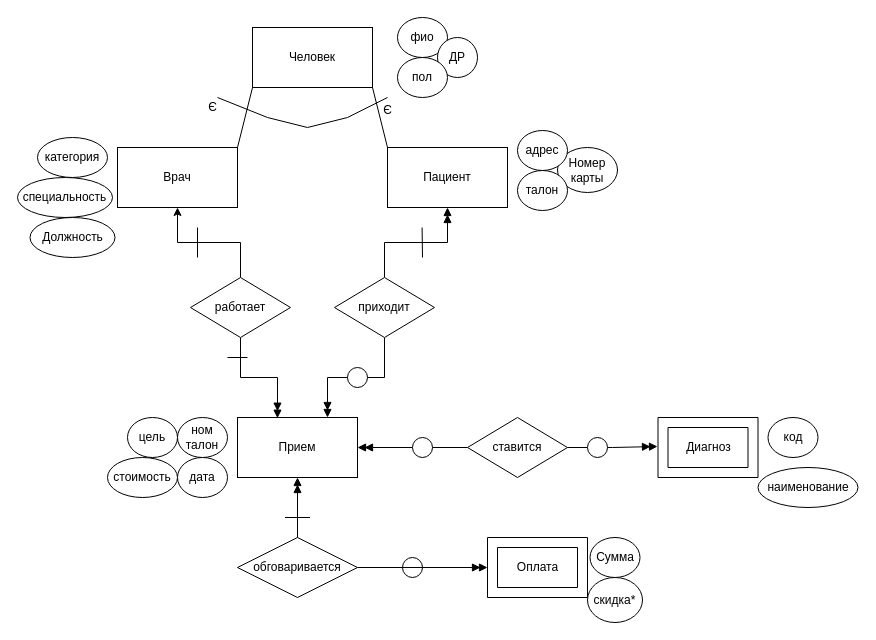
Earlier version of the draw.io diagram конецER.drawio (Vlad-Efremovv/ER-num1). Source tidied: cells renumbered, new cells numbered last; positions are measured from the earlier drawing's top-left corner, leaving out a move shared by most shapes. Both pictures are drawn from the tidied source at 100%, with x=0, y=0 at pixel (17, 17).
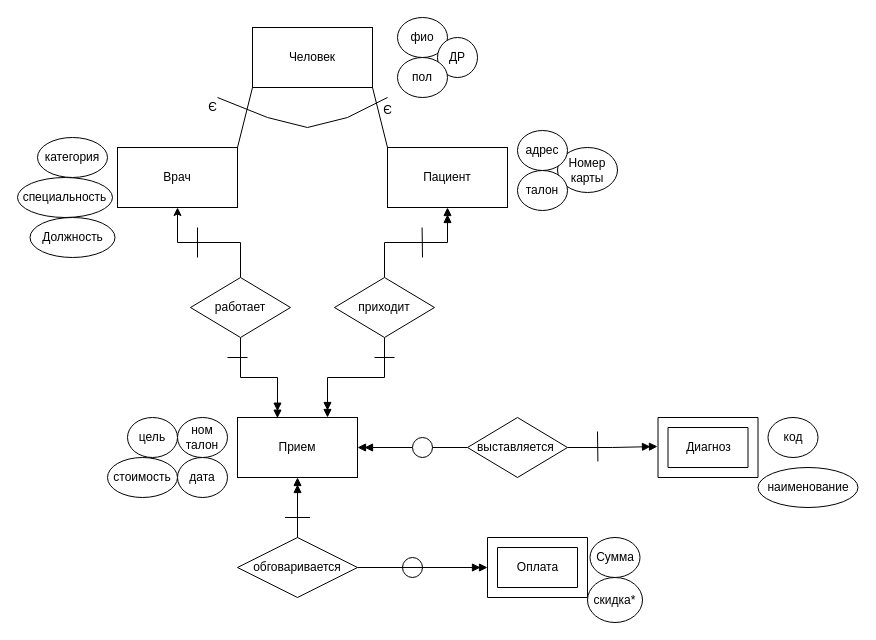
The same diagram, later.

What changed in the source:
```diff
@@
-    <mxCell id="39" value="ставится" style="rhombus;whiteSpace=wrap;html=1;" parent="1" vertex="1">
+    <mxCell id="39" value="выставляется&amp;nbsp;" style="rhombus;whiteSpace=wrap;html=1;" parent="1" vertex="1">
       <mxGeometry x="450" y="400" width="100" height="60" as="geometry" />
     </mxCell>
@@
-    <mxCell id="42" style="ellipse;whiteSpace=wrap;html=1;" parent="1" vertex="1">
-      <mxGeometry x="330" y="350" width="20" height="20" as="geometry" />
-    </mxCell>
@@
-    <mxCell id="44" style="ellipse;whiteSpace=wrap;html=1;" parent="1" vertex="1">
-      <mxGeometry x="570" y="420" width="20" height="20" as="geometry" />
-    </mxCell>
@@
+    <mxCell id="54" style="endArrow=none;html=1;rounded=0;" parent="1" edge="1">
+      <mxGeometry relative="1" as="geometry">
+        <mxPoint x="357" y="340" as="sourcePoint" />
+        <mxPoint x="377" y="340" as="targetPoint" />
+      </mxGeometry>
+    </mxCell>
+    <mxCell id="55" style="endArrow=none;html=1;rounded=0;entryX=0.75;entryY=1;entryDx=0;entryDy=0;" parent="1" edge="1">
+      <mxGeometry relative="1" as="geometry">
+        <mxPoint x="580.4" y="444" as="sourcePoint" />
+        <mxPoint x="580" y="414" as="targetPoint" />
+      </mxGeometry>
+    </mxCell>
```
